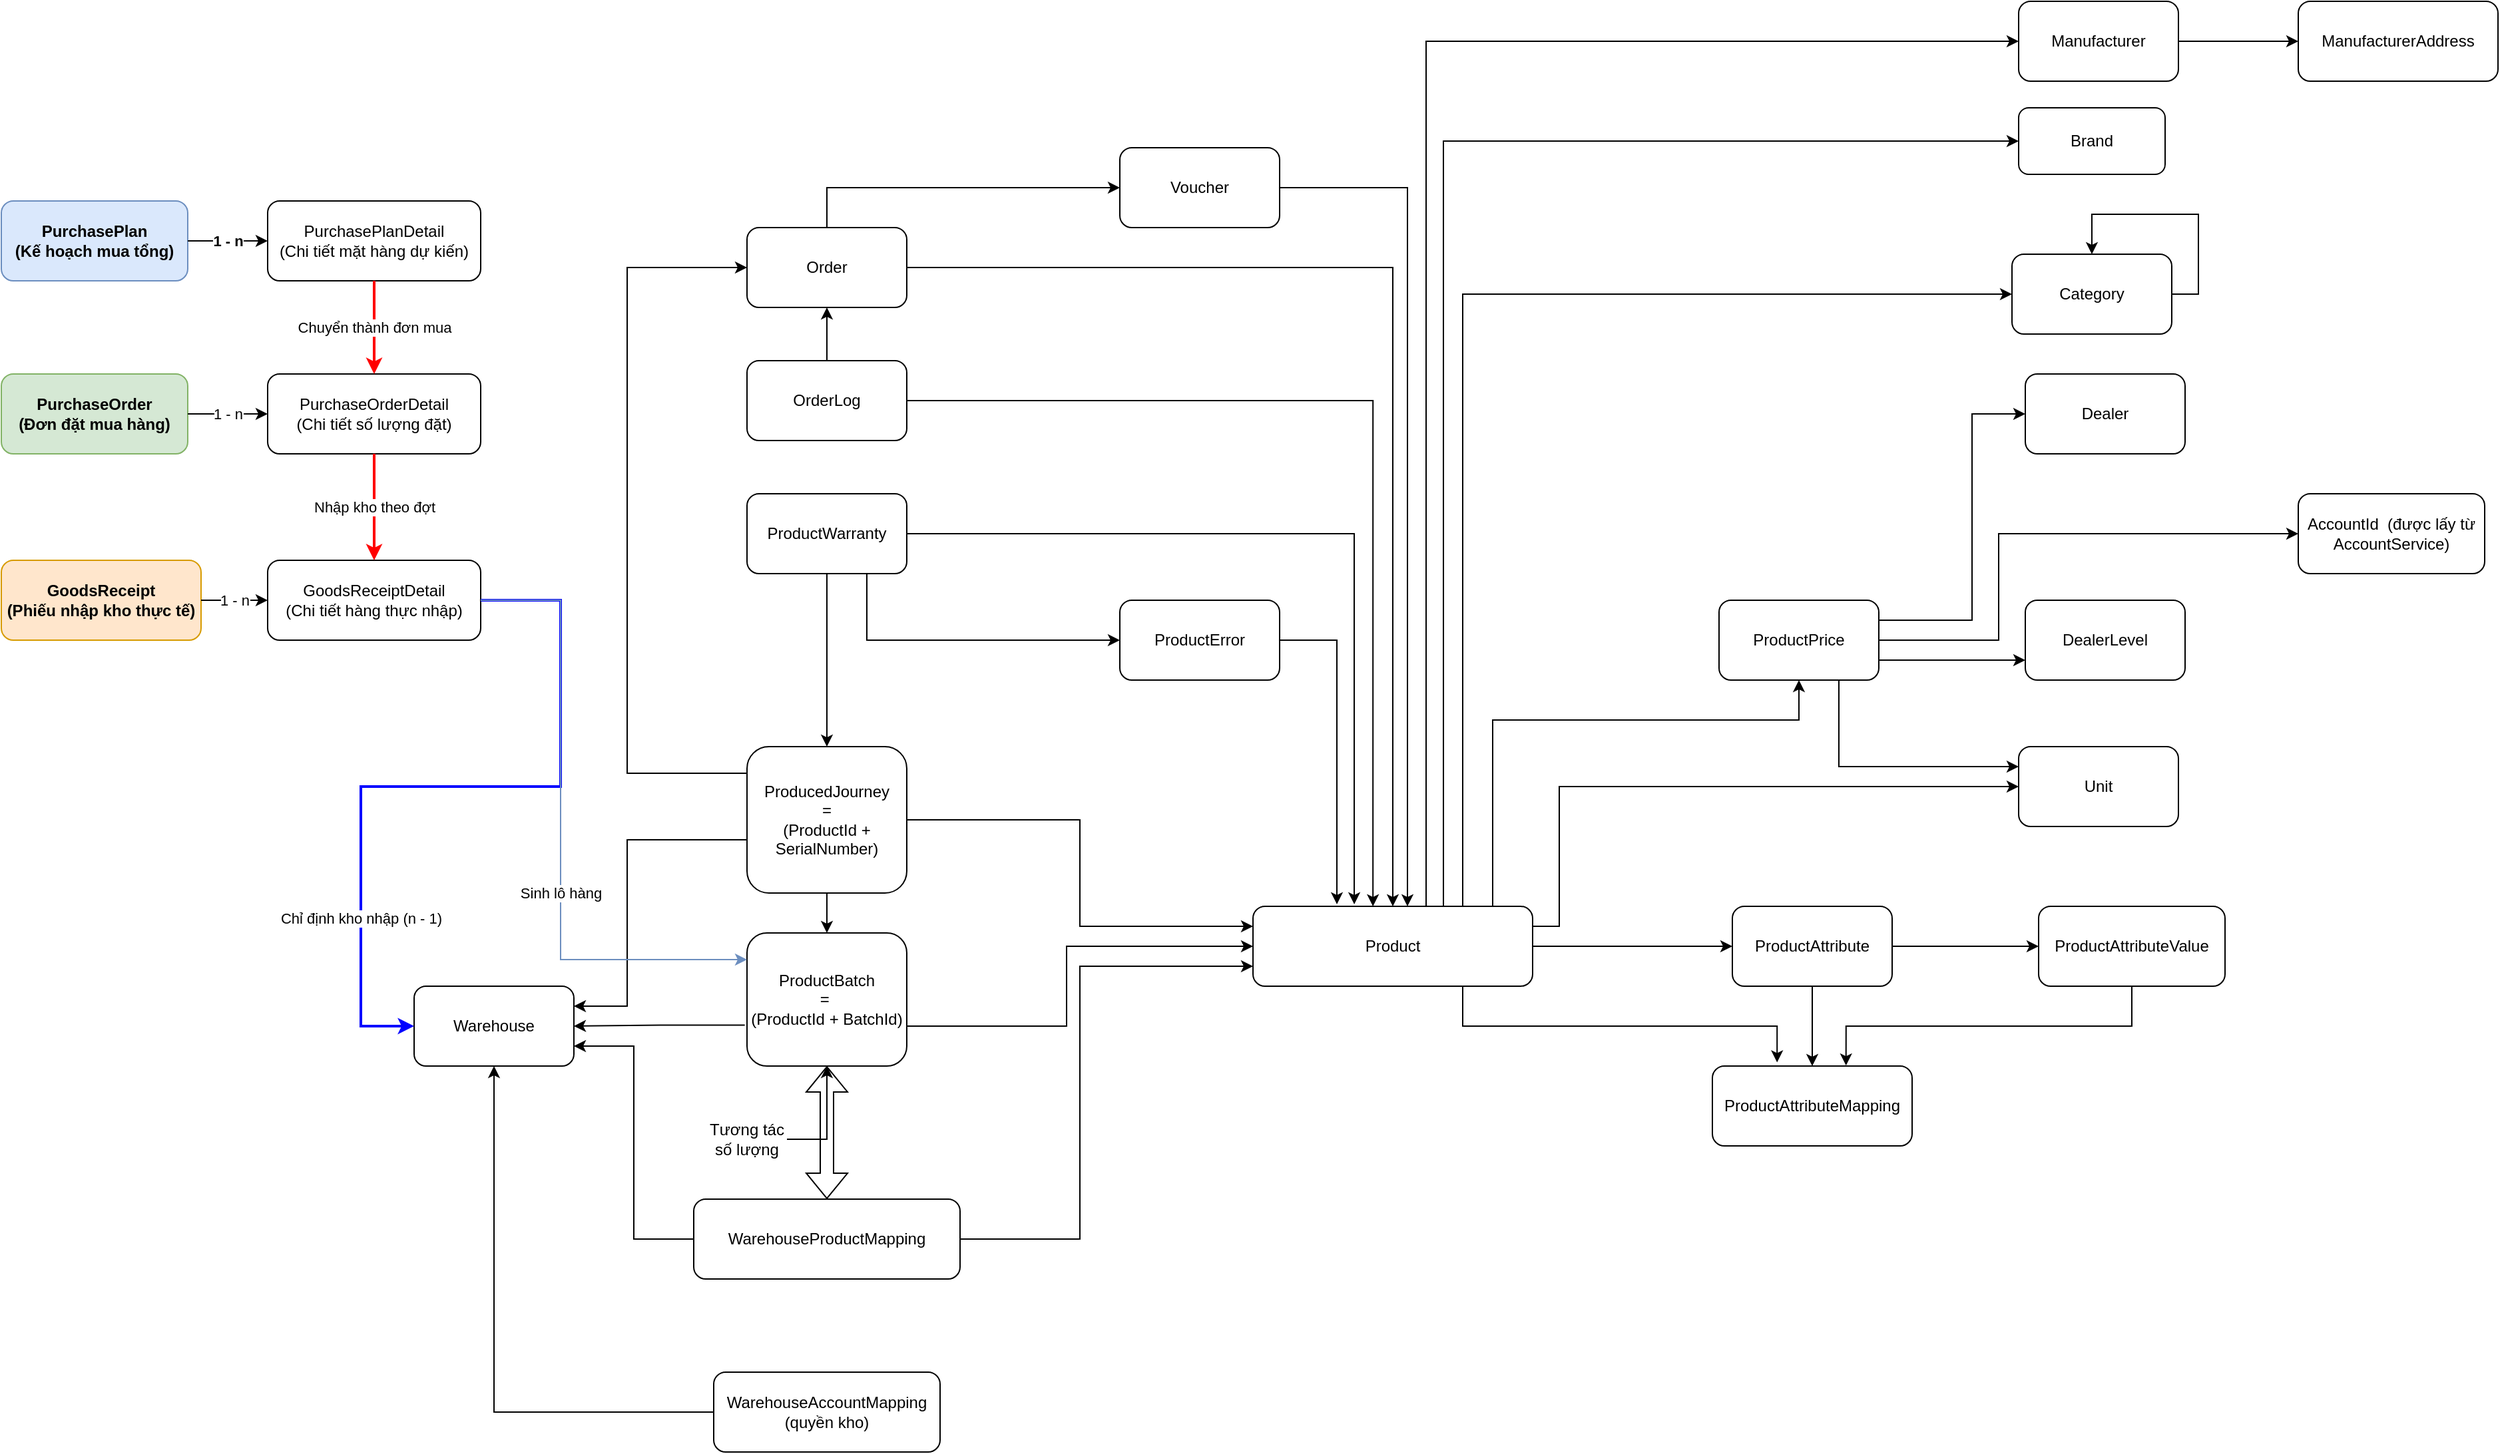
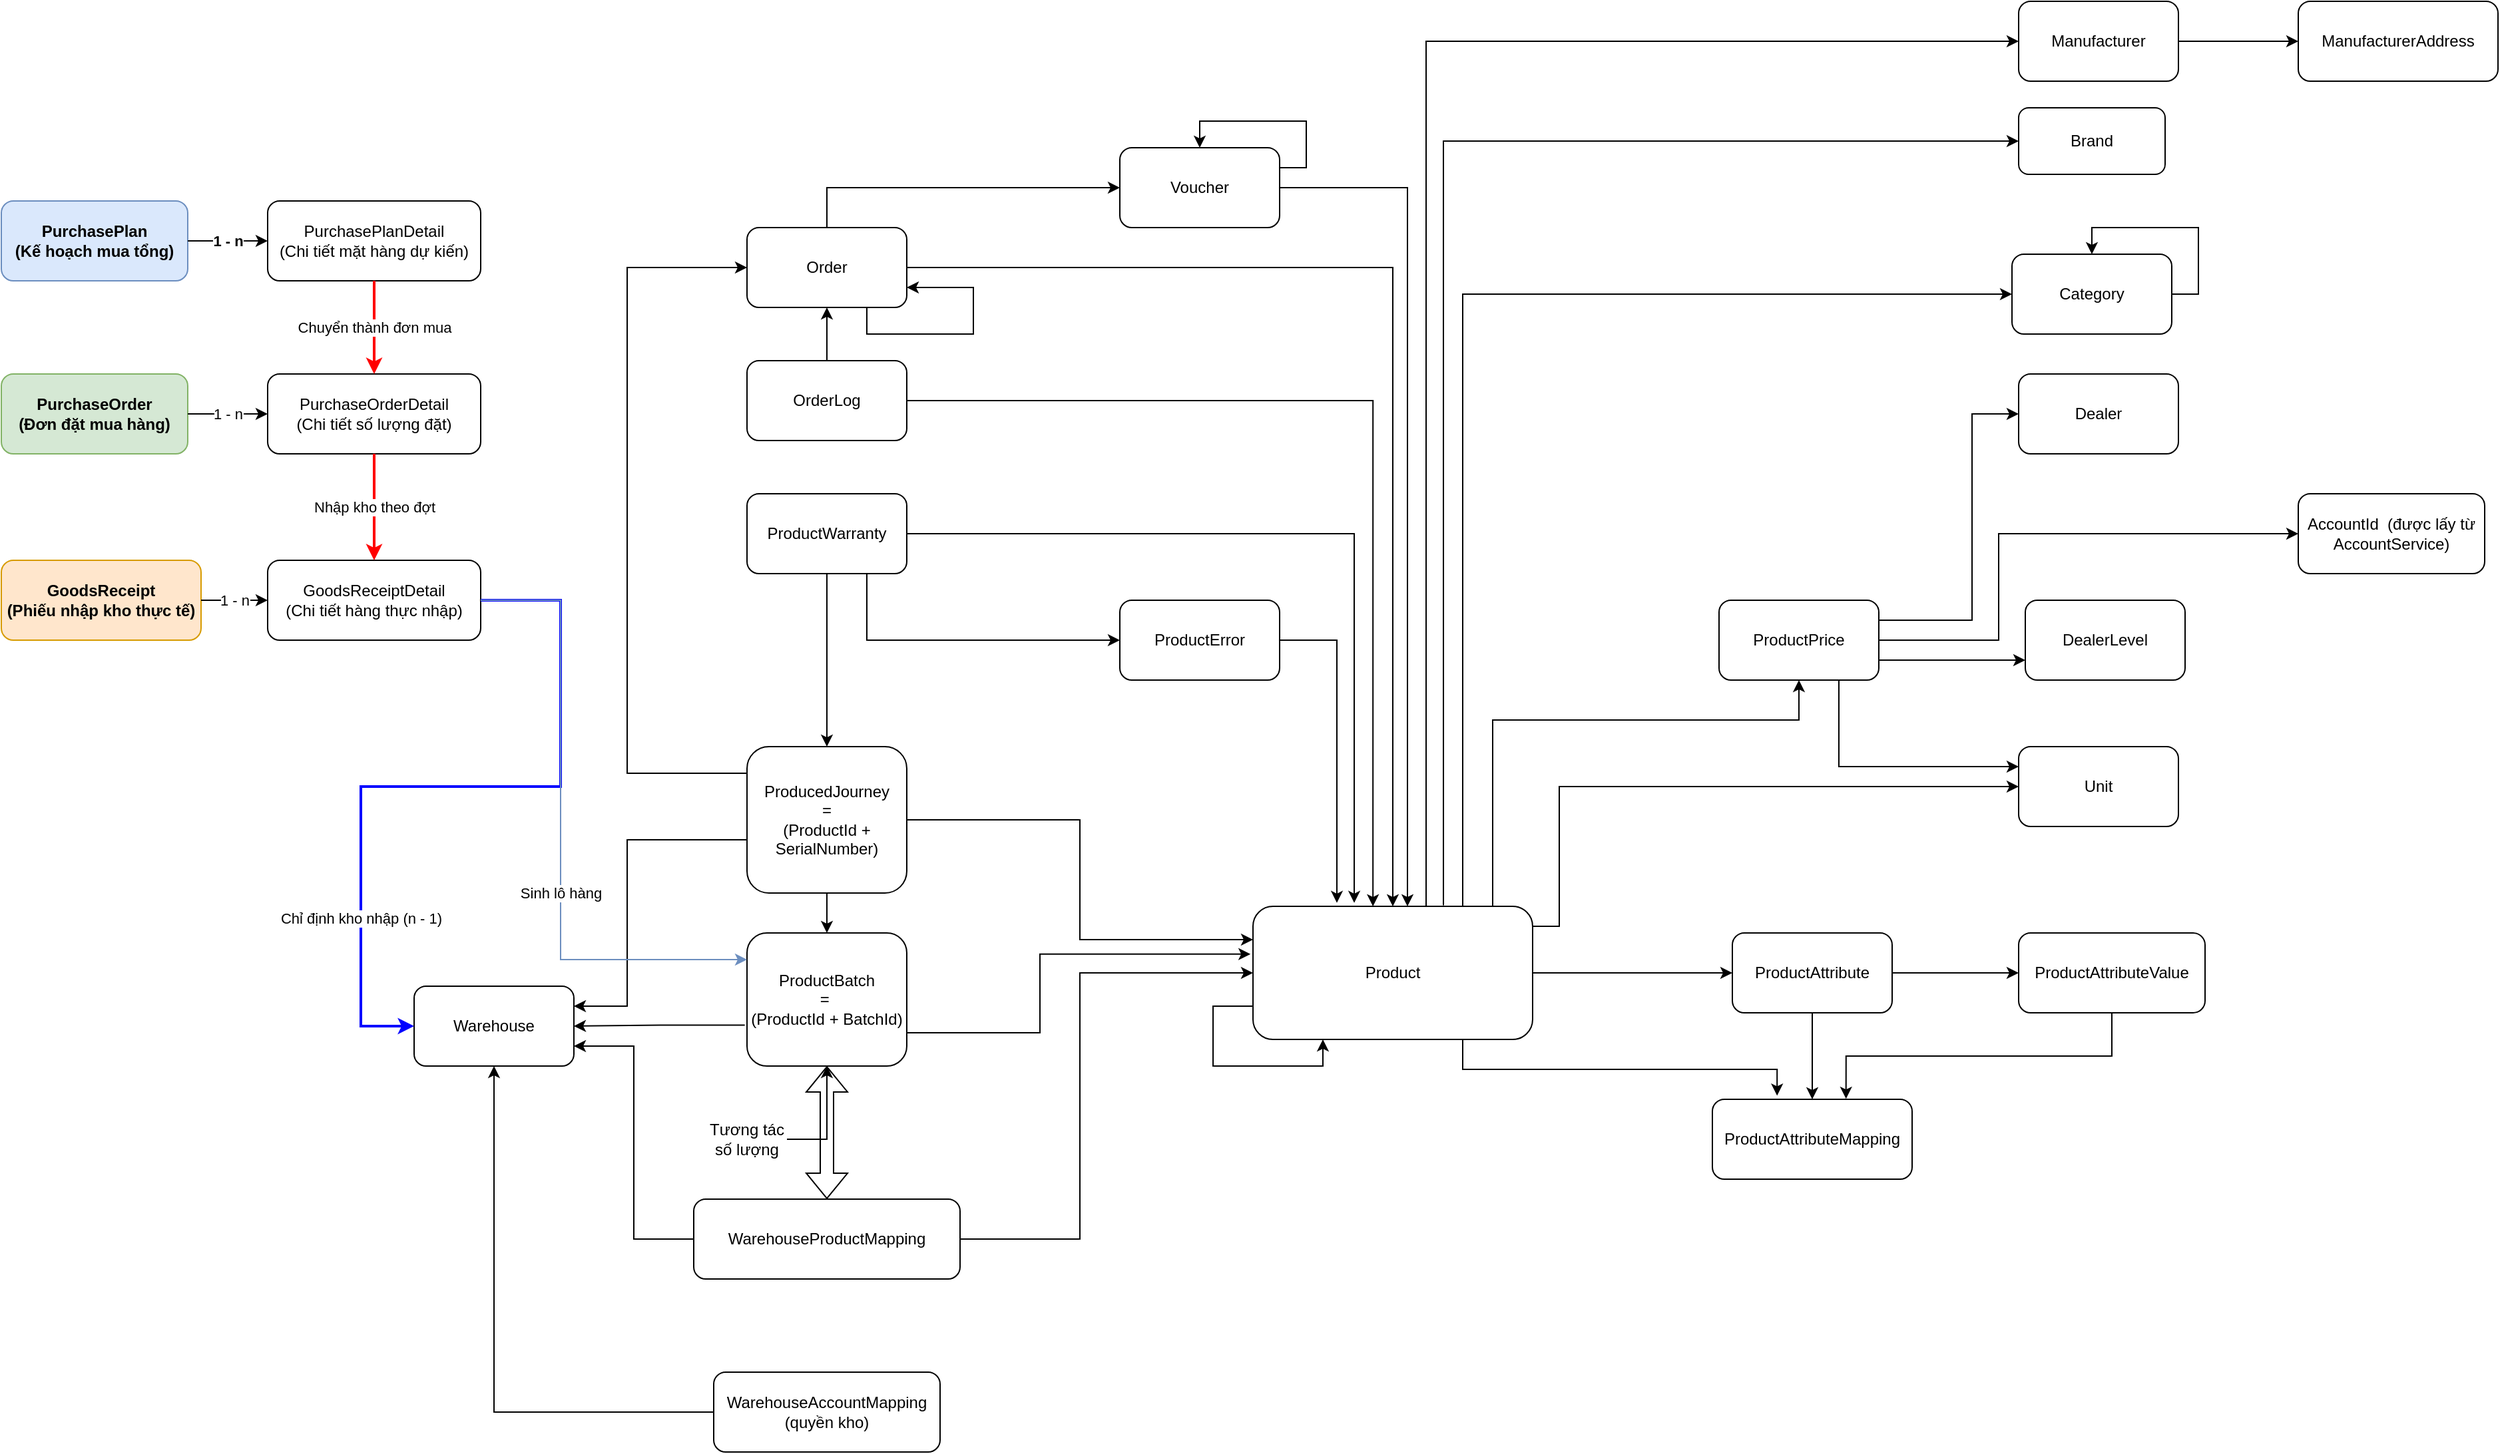
<mxfile host="app.diagrams.net">
  <diagram name="Page-1" id="X3Ej7SneoA_IpZ1JLyMx">
-     <mxGraphModel dx="1303" dy="827" grid="1" gridSize="10" guides="1" tooltips="1" connect="1" arrows="1" fold="1" page="1" pageScale="1" pageWidth="18500" pageHeight="111000" math="0" shadow="0">
+     <mxGraphModel dx="1609" dy="1021" grid="1" gridSize="10" guides="1" tooltips="1" connect="1" arrows="1" fold="1" page="1" pageScale="1" pageWidth="18500" pageHeight="111000" math="0" shadow="0">
      <root>
        <mxCell id="0" />
        <mxCell id="1" parent="0" />
        <mxCell id="bRXCoPtnCOos5vHUt3nM-4" parent="1" style="rounded=1;whiteSpace=wrap;html=1;" value="Brand" vertex="1">
          <mxGeometry height="50" width="110" x="1625" y="160" as="geometry" />
        </mxCell>
        <mxCell id="bRXCoPtnCOos5vHUt3nM-5" parent="1" style="rounded=1;whiteSpace=wrap;html=1;" value="Category" vertex="1">
          <mxGeometry height="60" width="120" x="1620" y="270" as="geometry" />
        </mxCell>
        <mxCell id="bRXCoPtnCOos5vHUt3nM-6" parent="1" style="rounded=1;whiteSpace=wrap;html=1;" value="Dealer" vertex="1">
-           <mxGeometry height="60" width="120" x="1630" y="360" as="geometry" />
+           <mxGeometry height="60" width="120" x="1625" y="360" as="geometry" />
        </mxCell>
        <mxCell id="bRXCoPtnCOos5vHUt3nM-7" parent="1" style="rounded=1;whiteSpace=wrap;html=1;" value="AccountId&amp;nbsp; (được lấy từ AccountService)" vertex="1">
          <mxGeometry height="60" width="140" x="1835" y="450" as="geometry" />
        </mxCell>
        <mxCell id="bRXCoPtnCOos5vHUt3nM-8" parent="1" style="rounded=1;whiteSpace=wrap;html=1;" value="DealerLevel" vertex="1">
          <mxGeometry height="60" width="120" x="1630" y="530" as="geometry" />
        </mxCell>
        <mxCell id="n3FyrpiHLGzsT291LhVI-31" edge="1" parent="1" source="bRXCoPtnCOos5vHUt3nM-11" style="edgeStyle=orthogonalEdgeStyle;rounded=0;orthogonalLoop=1;jettySize=auto;html=1;exitX=1;exitY=0.5;exitDx=0;exitDy=0;entryX=0;entryY=0.5;entryDx=0;entryDy=0;" target="bRXCoPtnCOos5vHUt3nM-12">
          <mxGeometry relative="1" as="geometry" />
        </mxCell>
        <mxCell id="bRXCoPtnCOos5vHUt3nM-11" parent="1" style="rounded=1;whiteSpace=wrap;html=1;" value="Manufacturer" vertex="1">
          <mxGeometry height="60" width="120" x="1625" y="80" as="geometry" />
        </mxCell>
        <mxCell id="bRXCoPtnCOos5vHUt3nM-12" parent="1" style="rounded=1;whiteSpace=wrap;html=1;" value="ManufacturerAddress" vertex="1">
          <mxGeometry height="60" width="150" x="1835" y="80" as="geometry" />
        </mxCell>
        <mxCell id="n3FyrpiHLGzsT291LhVI-44" edge="1" parent="1" source="bRXCoPtnCOos5vHUt3nM-13" style="edgeStyle=orthogonalEdgeStyle;rounded=0;orthogonalLoop=1;jettySize=auto;html=1;exitX=0.5;exitY=0;exitDx=0;exitDy=0;entryX=0;entryY=0.5;entryDx=0;entryDy=0;" target="n3FyrpiHLGzsT291LhVI-9">
          <mxGeometry relative="1" as="geometry">
            <Array as="points">
              <mxPoint x="730" y="220" />
            </Array>
          </mxGeometry>
        </mxCell>
        <mxCell id="n3FyrpiHLGzsT291LhVI-49" edge="1" parent="1" source="bRXCoPtnCOos5vHUt3nM-13" style="edgeStyle=orthogonalEdgeStyle;rounded=0;orthogonalLoop=1;jettySize=auto;html=1;exitX=1;exitY=0.5;exitDx=0;exitDy=0;entryX=0.5;entryY=0;entryDx=0;entryDy=0;" target="bRXCoPtnCOos5vHUt3nM-16">
          <mxGeometry relative="1" as="geometry">
            <Array as="points">
              <mxPoint x="1155" y="280" />
            </Array>
          </mxGeometry>
        </mxCell>
        <mxCell id="bRXCoPtnCOos5vHUt3nM-13" parent="1" style="rounded=1;whiteSpace=wrap;html=1;" value="Order" vertex="1">
          <mxGeometry height="60" width="120" x="670" y="250" as="geometry" />
        </mxCell>
        <mxCell id="n3FyrpiHLGzsT291LhVI-45" edge="1" parent="1" source="bRXCoPtnCOos5vHUt3nM-14" style="edgeStyle=orthogonalEdgeStyle;rounded=0;orthogonalLoop=1;jettySize=auto;html=1;exitX=0;exitY=0.5;exitDx=0;exitDy=0;" target="bRXCoPtnCOos5vHUt3nM-13">
          <mxGeometry relative="1" as="geometry" />
        </mxCell>
        <mxCell id="bRXCoPtnCOos5vHUt3nM-14" parent="1" style="rounded=1;whiteSpace=wrap;html=1;direction=south;" value="OrderLog" vertex="1">
          <mxGeometry height="60" width="120" x="670" y="350" as="geometry" />
        </mxCell>
        <mxCell id="n3FyrpiHLGzsT291LhVI-33" edge="1" parent="1" source="bRXCoPtnCOos5vHUt3nM-15" style="edgeStyle=orthogonalEdgeStyle;rounded=0;orthogonalLoop=1;jettySize=auto;html=1;exitX=1;exitY=0.5;exitDx=0;exitDy=0;entryX=0;entryY=0.25;entryDx=0;entryDy=0;" target="bRXCoPtnCOos5vHUt3nM-16">
          <mxGeometry relative="1" as="geometry" />
        </mxCell>
        <mxCell id="n3FyrpiHLGzsT291LhVI-35" edge="1" parent="1" source="bRXCoPtnCOos5vHUt3nM-15" style="edgeStyle=orthogonalEdgeStyle;rounded=0;orthogonalLoop=1;jettySize=auto;html=1;exitX=0.5;exitY=1;exitDx=0;exitDy=0;" target="bRXCoPtnCOos5vHUt3nM-20">
          <mxGeometry relative="1" as="geometry" />
        </mxCell>
        <mxCell id="n3FyrpiHLGzsT291LhVI-36" edge="1" parent="1" source="bRXCoPtnCOos5vHUt3nM-15" style="edgeStyle=orthogonalEdgeStyle;rounded=0;orthogonalLoop=1;jettySize=auto;html=1;exitX=0.006;exitY=0.659;exitDx=0;exitDy=0;entryX=1;entryY=0.25;entryDx=0;entryDy=0;exitPerimeter=0;" target="n3FyrpiHLGzsT291LhVI-10">
          <mxGeometry relative="1" as="geometry">
            <Array as="points">
              <mxPoint x="671" y="710" />
              <mxPoint x="580" y="710" />
              <mxPoint x="580" y="835" />
            </Array>
          </mxGeometry>
        </mxCell>
        <mxCell id="n3FyrpiHLGzsT291LhVI-51" edge="1" parent="1" source="bRXCoPtnCOos5vHUt3nM-15" style="edgeStyle=orthogonalEdgeStyle;rounded=0;orthogonalLoop=1;jettySize=auto;html=1;exitX=0;exitY=0.25;exitDx=0;exitDy=0;entryX=0;entryY=0.5;entryDx=0;entryDy=0;" target="bRXCoPtnCOos5vHUt3nM-13">
          <mxGeometry relative="1" as="geometry">
            <Array as="points">
              <mxPoint x="670" y="660" />
              <mxPoint x="580" y="660" />
              <mxPoint x="580" y="280" />
            </Array>
          </mxGeometry>
        </mxCell>
        <mxCell id="bRXCoPtnCOos5vHUt3nM-15" parent="1" style="rounded=1;whiteSpace=wrap;html=1;" value="ProducedJourney&lt;div&gt;&amp;nbsp;=&amp;nbsp;&lt;/div&gt;&lt;div&gt;(ProductId + SerialNumber)&lt;/div&gt;" vertex="1">
          <mxGeometry height="110" width="120" x="670" y="640" as="geometry" />
        </mxCell>
        <mxCell id="n3FyrpiHLGzsT291LhVI-14" edge="1" parent="1" source="bRXCoPtnCOos5vHUt3nM-16" style="edgeStyle=orthogonalEdgeStyle;rounded=0;orthogonalLoop=1;jettySize=auto;html=1;exitX=1;exitY=0.5;exitDx=0;exitDy=0;entryX=0;entryY=0.5;entryDx=0;entryDy=0;" target="bRXCoPtnCOos5vHUt3nM-17">
          <mxGeometry relative="1" as="geometry" />
        </mxCell>
        <mxCell id="n3FyrpiHLGzsT291LhVI-16" edge="1" parent="1" source="bRXCoPtnCOos5vHUt3nM-16" style="edgeStyle=orthogonalEdgeStyle;rounded=0;orthogonalLoop=1;jettySize=auto;html=1;exitX=0.75;exitY=1;exitDx=0;exitDy=0;entryX=0.324;entryY=-0.046;entryDx=0;entryDy=0;entryPerimeter=0;" target="bRXCoPtnCOos5vHUt3nM-18">
          <mxGeometry relative="1" as="geometry" />
        </mxCell>
        <mxCell id="n3FyrpiHLGzsT291LhVI-19" edge="1" parent="1" source="bRXCoPtnCOos5vHUt3nM-16" style="edgeStyle=orthogonalEdgeStyle;rounded=0;orthogonalLoop=1;jettySize=auto;html=1;exitX=0.75;exitY=0;exitDx=0;exitDy=0;entryX=0.5;entryY=1;entryDx=0;entryDy=0;" target="n3FyrpiHLGzsT291LhVI-1">
          <mxGeometry relative="1" as="geometry">
            <Array as="points">
              <mxPoint x="1230" y="620" />
              <mxPoint x="1460" y="620" />
            </Array>
          </mxGeometry>
        </mxCell>
        <mxCell id="n3FyrpiHLGzsT291LhVI-25" edge="1" parent="1" source="bRXCoPtnCOos5vHUt3nM-16" style="edgeStyle=orthogonalEdgeStyle;rounded=0;orthogonalLoop=1;jettySize=auto;html=1;exitX=0.75;exitY=0;exitDx=0;exitDy=0;entryX=0;entryY=0.5;entryDx=0;entryDy=0;" target="bRXCoPtnCOos5vHUt3nM-5">
          <mxGeometry relative="1" as="geometry" />
        </mxCell>
        <mxCell id="n3FyrpiHLGzsT291LhVI-27" edge="1" parent="1" source="bRXCoPtnCOos5vHUt3nM-16" style="edgeStyle=orthogonalEdgeStyle;rounded=0;orthogonalLoop=1;jettySize=auto;html=1;exitX=0.681;exitY=-0.007;exitDx=0;exitDy=0;entryX=0;entryY=0.5;entryDx=0;entryDy=0;exitPerimeter=0;" target="bRXCoPtnCOos5vHUt3nM-4">
          <mxGeometry relative="1" as="geometry" />
        </mxCell>
        <mxCell id="n3FyrpiHLGzsT291LhVI-28" edge="1" parent="1" source="bRXCoPtnCOos5vHUt3nM-16" style="edgeStyle=orthogonalEdgeStyle;rounded=0;orthogonalLoop=1;jettySize=auto;html=1;exitX=1;exitY=0.25;exitDx=0;exitDy=0;entryX=0;entryY=0.5;entryDx=0;entryDy=0;" target="n3FyrpiHLGzsT291LhVI-8">
          <mxGeometry relative="1" as="geometry">
            <Array as="points">
              <mxPoint x="1280" y="775" />
              <mxPoint x="1280" y="670" />
            </Array>
          </mxGeometry>
        </mxCell>
        <mxCell id="n3FyrpiHLGzsT291LhVI-47" edge="1" parent="1" source="bRXCoPtnCOos5vHUt3nM-16" style="edgeStyle=orthogonalEdgeStyle;rounded=0;orthogonalLoop=1;jettySize=auto;html=1;exitX=0.636;exitY=0.013;exitDx=0;exitDy=0;entryX=0;entryY=0.5;entryDx=0;entryDy=0;exitPerimeter=0;" target="bRXCoPtnCOos5vHUt3nM-11">
          <mxGeometry relative="1" as="geometry">
            <Array as="points">
              <mxPoint x="1180" y="761" />
              <mxPoint x="1180" y="110" />
            </Array>
          </mxGeometry>
        </mxCell>
        <mxCell id="bRXCoPtnCOos5vHUt3nM-16" parent="1" style="rounded=1;whiteSpace=wrap;html=1;" value="Product" vertex="1">
-           <mxGeometry height="60" width="210" x="1050" y="760" as="geometry" />
+           <mxGeometry height="100" width="210" x="1050" y="760" as="geometry" />
        </mxCell>
        <mxCell id="n3FyrpiHLGzsT291LhVI-15" edge="1" parent="1" source="bRXCoPtnCOos5vHUt3nM-17" style="edgeStyle=orthogonalEdgeStyle;rounded=0;orthogonalLoop=1;jettySize=auto;html=1;exitX=1;exitY=0.5;exitDx=0;exitDy=0;entryX=0;entryY=0.5;entryDx=0;entryDy=0;" target="bRXCoPtnCOos5vHUt3nM-19">
          <mxGeometry relative="1" as="geometry" />
        </mxCell>
        <mxCell id="n3FyrpiHLGzsT291LhVI-17" edge="1" parent="1" source="bRXCoPtnCOos5vHUt3nM-17" style="edgeStyle=orthogonalEdgeStyle;rounded=0;orthogonalLoop=1;jettySize=auto;html=1;exitX=0.5;exitY=1;exitDx=0;exitDy=0;entryX=0.5;entryY=0;entryDx=0;entryDy=0;" target="bRXCoPtnCOos5vHUt3nM-18">
          <mxGeometry relative="1" as="geometry" />
        </mxCell>
        <mxCell id="bRXCoPtnCOos5vHUt3nM-17" parent="1" style="rounded=1;whiteSpace=wrap;html=1;" value="ProductAttribute" vertex="1">
-           <mxGeometry height="60" width="120" x="1410" y="760" as="geometry" />
+           <mxGeometry height="60" width="120" x="1410" y="780" as="geometry" />
        </mxCell>
        <mxCell id="bRXCoPtnCOos5vHUt3nM-18" parent="1" style="rounded=1;whiteSpace=wrap;html=1;" value="ProductAttributeMapping" vertex="1">
-           <mxGeometry height="60" width="150" x="1395" y="880" as="geometry" />
+           <mxGeometry height="60" width="150" x="1395" y="905" as="geometry" />
        </mxCell>
        <mxCell id="bRXCoPtnCOos5vHUt3nM-19" parent="1" style="rounded=1;whiteSpace=wrap;html=1;" value="ProductAttributeValue" vertex="1">
-           <mxGeometry height="60" width="140" x="1640" y="760" as="geometry" />
-         </mxCell>
-         <mxCell id="n3FyrpiHLGzsT291LhVI-34" edge="1" parent="1" source="bRXCoPtnCOos5vHUt3nM-20" style="edgeStyle=orthogonalEdgeStyle;rounded=0;orthogonalLoop=1;jettySize=auto;html=1;exitX=1;exitY=0.5;exitDx=0;exitDy=0;entryX=0;entryY=0.5;entryDx=0;entryDy=0;" target="bRXCoPtnCOos5vHUt3nM-16">
-           <mxGeometry relative="1" as="geometry">
-             <Array as="points">
-               <mxPoint x="910" y="850" />
-               <mxPoint x="910" y="790" />
-             </Array>
-           </mxGeometry>
+           <mxGeometry height="60" width="140" x="1625" y="780" as="geometry" />
        </mxCell>
        <mxCell id="n3FyrpiHLGzsT291LhVI-37" edge="1" parent="1" source="bRXCoPtnCOos5vHUt3nM-20" style="edgeStyle=orthogonalEdgeStyle;rounded=0;orthogonalLoop=1;jettySize=auto;html=1;exitX=-0.014;exitY=0.692;exitDx=0;exitDy=0;entryX=1;entryY=0.5;entryDx=0;entryDy=0;exitPerimeter=0;" target="n3FyrpiHLGzsT291LhVI-10">
          <mxGeometry relative="1" as="geometry" />
        </mxCell>
        <mxCell id="bRXCoPtnCOos5vHUt3nM-20" parent="1" style="rounded=1;whiteSpace=wrap;html=1;" value="ProductBatch&lt;div&gt;=&amp;nbsp;&lt;/div&gt;&lt;div&gt;(ProductId + BatchId)&lt;/div&gt;" vertex="1">
          <mxGeometry height="100" width="120" x="670" y="780" as="geometry" />
        </mxCell>
        <mxCell id="bRXCoPtnCOos5vHUt3nM-21" parent="1" style="rounded=1;whiteSpace=wrap;html=1;" value="ProductError" vertex="1">
          <mxGeometry height="60" width="120" x="950" y="530" as="geometry" />
        </mxCell>
        <mxCell id="n3FyrpiHLGzsT291LhVI-21" edge="1" parent="1" source="n3FyrpiHLGzsT291LhVI-1" style="edgeStyle=orthogonalEdgeStyle;rounded=0;orthogonalLoop=1;jettySize=auto;html=1;exitX=1;exitY=0.75;exitDx=0;exitDy=0;entryX=0;entryY=0.75;entryDx=0;entryDy=0;" target="bRXCoPtnCOos5vHUt3nM-8">
          <mxGeometry relative="1" as="geometry" />
        </mxCell>
        <mxCell id="n3FyrpiHLGzsT291LhVI-22" edge="1" parent="1" source="n3FyrpiHLGzsT291LhVI-1" style="edgeStyle=orthogonalEdgeStyle;rounded=0;orthogonalLoop=1;jettySize=auto;html=1;exitX=1;exitY=0.5;exitDx=0;exitDy=0;entryX=0;entryY=0.5;entryDx=0;entryDy=0;" target="bRXCoPtnCOos5vHUt3nM-7">
          <mxGeometry relative="1" as="geometry">
            <Array as="points">
              <mxPoint x="1610" y="560" />
              <mxPoint x="1610" y="480" />
            </Array>
          </mxGeometry>
        </mxCell>
        <mxCell id="n3FyrpiHLGzsT291LhVI-23" edge="1" parent="1" source="n3FyrpiHLGzsT291LhVI-1" style="edgeStyle=orthogonalEdgeStyle;rounded=0;orthogonalLoop=1;jettySize=auto;html=1;exitX=1;exitY=0.25;exitDx=0;exitDy=0;entryX=0;entryY=0.5;entryDx=0;entryDy=0;" target="bRXCoPtnCOos5vHUt3nM-6">
          <mxGeometry relative="1" as="geometry">
            <Array as="points">
              <mxPoint x="1590" y="545" />
              <mxPoint x="1590" y="390" />
            </Array>
          </mxGeometry>
        </mxCell>
        <mxCell id="n3FyrpiHLGzsT291LhVI-56" edge="1" parent="1" source="n3FyrpiHLGzsT291LhVI-1" style="edgeStyle=orthogonalEdgeStyle;rounded=0;orthogonalLoop=1;jettySize=auto;html=1;exitX=0.75;exitY=1;exitDx=0;exitDy=0;entryX=0;entryY=0.25;entryDx=0;entryDy=0;" target="n3FyrpiHLGzsT291LhVI-8">
          <mxGeometry relative="1" as="geometry" />
        </mxCell>
        <mxCell id="n3FyrpiHLGzsT291LhVI-1" parent="1" style="rounded=1;whiteSpace=wrap;html=1;" value="ProductPrice" vertex="1">
          <mxGeometry height="60" width="120" x="1400" y="530" as="geometry" />
        </mxCell>
        <mxCell id="n3FyrpiHLGzsT291LhVI-52" edge="1" parent="1" source="n3FyrpiHLGzsT291LhVI-2" style="edgeStyle=orthogonalEdgeStyle;rounded=0;orthogonalLoop=1;jettySize=auto;html=1;exitX=0.5;exitY=1;exitDx=0;exitDy=0;entryX=0.5;entryY=0;entryDx=0;entryDy=0;" target="bRXCoPtnCOos5vHUt3nM-15">
          <mxGeometry relative="1" as="geometry" />
        </mxCell>
        <mxCell id="n3FyrpiHLGzsT291LhVI-58" edge="1" parent="1" source="n3FyrpiHLGzsT291LhVI-2" style="edgeStyle=orthogonalEdgeStyle;rounded=0;orthogonalLoop=1;jettySize=auto;html=1;exitX=0.75;exitY=1;exitDx=0;exitDy=0;entryX=0;entryY=0.5;entryDx=0;entryDy=0;" target="bRXCoPtnCOos5vHUt3nM-21">
          <mxGeometry relative="1" as="geometry" />
        </mxCell>
        <mxCell id="n3FyrpiHLGzsT291LhVI-2" parent="1" style="rounded=1;whiteSpace=wrap;html=1;" value="ProductWarranty" vertex="1">
          <mxGeometry height="60" width="120" x="670" y="450" as="geometry" />
        </mxCell>
        <mxCell id="n3FyrpiHLGzsT291LhVI-8" parent="1" style="rounded=1;whiteSpace=wrap;html=1;" value="Unit" vertex="1">
          <mxGeometry height="60" width="120" x="1625" y="640" as="geometry" />
        </mxCell>
        <mxCell id="n3FyrpiHLGzsT291LhVI-43" edge="1" parent="1" source="n3FyrpiHLGzsT291LhVI-9" style="edgeStyle=orthogonalEdgeStyle;rounded=0;orthogonalLoop=1;jettySize=auto;html=1;exitX=1;exitY=0.5;exitDx=0;exitDy=0;">
          <mxGeometry relative="1" as="geometry">
            <Array as="points">
              <mxPoint x="1166" y="220" />
            </Array>
            <mxPoint x="1166" y="760" as="targetPoint" />
          </mxGeometry>
        </mxCell>
+         <mxCell id="AxulSBX_V0fGFe2LzLWX-1" edge="1" parent="1" source="n3FyrpiHLGzsT291LhVI-9" style="edgeStyle=orthogonalEdgeStyle;rounded=0;orthogonalLoop=1;jettySize=auto;html=1;exitX=1;exitY=0.25;exitDx=0;exitDy=0;innerLoopWaypoints=1;entryX=0.5;entryY=0;entryDx=0;entryDy=0;" target="n3FyrpiHLGzsT291LhVI-9">
+           <mxGeometry relative="1" as="geometry">
+             <Array as="points">
+               <mxPoint x="1090" y="205" />
+               <mxPoint x="1090" y="170" />
+               <mxPoint x="1010" y="170" />
+             </Array>
+             <mxPoint x="1030" y="180" as="targetPoint" />
+           </mxGeometry>
+         </mxCell>
        <mxCell id="n3FyrpiHLGzsT291LhVI-9" parent="1" style="rounded=1;whiteSpace=wrap;html=1;" value="Voucher" vertex="1">
          <mxGeometry height="60" width="120" x="950" y="190" as="geometry" />
        </mxCell>
        <mxCell id="n3FyrpiHLGzsT291LhVI-10" parent="1" style="rounded=1;whiteSpace=wrap;html=1;" value="Warehouse" vertex="1">
          <mxGeometry height="60" width="120" x="420" y="820" as="geometry" />
        </mxCell>
        <mxCell id="n3FyrpiHLGzsT291LhVI-53" edge="1" parent="1" source="n3FyrpiHLGzsT291LhVI-11" style="edgeStyle=orthogonalEdgeStyle;rounded=0;orthogonalLoop=1;jettySize=auto;html=1;exitX=0;exitY=0.5;exitDx=0;exitDy=0;entryX=0.5;entryY=1;entryDx=0;entryDy=0;" target="n3FyrpiHLGzsT291LhVI-10">
          <mxGeometry relative="1" as="geometry" />
        </mxCell>
        <mxCell id="n3FyrpiHLGzsT291LhVI-11" parent="1" style="rounded=1;whiteSpace=wrap;html=1;" value="WarehouseAccountMapping&lt;div&gt;(quyền kho)&lt;/div&gt;" vertex="1">
          <mxGeometry height="60" width="170" x="645" y="1110" as="geometry" />
        </mxCell>
        <mxCell id="n3FyrpiHLGzsT291LhVI-41" edge="1" parent="1" source="n3FyrpiHLGzsT291LhVI-12" style="edgeStyle=orthogonalEdgeStyle;rounded=0;orthogonalLoop=1;jettySize=auto;html=1;exitX=0;exitY=0.5;exitDx=0;exitDy=0;entryX=1;entryY=0.75;entryDx=0;entryDy=0;" target="n3FyrpiHLGzsT291LhVI-10">
          <mxGeometry relative="1" as="geometry" />
        </mxCell>
-         <mxCell id="n3FyrpiHLGzsT291LhVI-42" edge="1" parent="1" source="n3FyrpiHLGzsT291LhVI-12" style="edgeStyle=orthogonalEdgeStyle;rounded=0;orthogonalLoop=1;jettySize=auto;html=1;exitX=1;exitY=0.5;exitDx=0;exitDy=0;entryX=0;entryY=0.75;entryDx=0;entryDy=0;" target="bRXCoPtnCOos5vHUt3nM-16">
+         <mxCell id="AxulSBX_V0fGFe2LzLWX-5" edge="1" parent="1" source="n3FyrpiHLGzsT291LhVI-12" style="edgeStyle=orthogonalEdgeStyle;rounded=0;orthogonalLoop=1;jettySize=auto;html=1;exitX=1;exitY=0.5;exitDx=0;exitDy=0;entryX=0;entryY=0.5;entryDx=0;entryDy=0;" target="bRXCoPtnCOos5vHUt3nM-16">
          <mxGeometry relative="1" as="geometry">
            <Array as="points">
              <mxPoint x="920" y="1010" />
-               <mxPoint x="920" y="805" />
+               <mxPoint x="920" y="810" />
            </Array>
          </mxGeometry>
        </mxCell>
        <mxCell id="n3FyrpiHLGzsT291LhVI-12" parent="1" style="rounded=1;whiteSpace=wrap;html=1;" value="WarehouseProductMapping" vertex="1">
          <mxGeometry height="60" width="200" x="630" y="980" as="geometry" />
        </mxCell>
        <mxCell id="n3FyrpiHLGzsT291LhVI-18" edge="1" parent="1" source="bRXCoPtnCOos5vHUt3nM-19" style="edgeStyle=orthogonalEdgeStyle;rounded=0;orthogonalLoop=1;jettySize=auto;html=1;exitX=0.5;exitY=1;exitDx=0;exitDy=0;entryX=0.669;entryY=-0.007;entryDx=0;entryDy=0;entryPerimeter=0;" target="bRXCoPtnCOos5vHUt3nM-18">
          <mxGeometry relative="1" as="geometry" />
        </mxCell>
-         <mxCell id="n3FyrpiHLGzsT291LhVI-24" edge="1" parent="1" source="bRXCoPtnCOos5vHUt3nM-5" style="edgeStyle=orthogonalEdgeStyle;rounded=0;orthogonalLoop=1;jettySize=auto;html=1;exitX=1;exitY=0.5;exitDx=0;exitDy=0;entryX=0.5;entryY=0;entryDx=0;entryDy=0;" target="bRXCoPtnCOos5vHUt3nM-5">
+         <mxCell id="n3FyrpiHLGzsT291LhVI-24" edge="1" parent="1" source="bRXCoPtnCOos5vHUt3nM-5" style="edgeStyle=orthogonalEdgeStyle;rounded=0;orthogonalLoop=1;jettySize=auto;html=1;exitX=1;exitY=0.5;exitDx=0;exitDy=0;entryX=0.5;entryY=0;entryDx=0;entryDy=0;innerLoopWaypoints=1;" target="bRXCoPtnCOos5vHUt3nM-5">
          <mxGeometry relative="1" as="geometry">
            <Array as="points">
              <mxPoint x="1760" y="300" />
-               <mxPoint x="1760" y="240" />
-               <mxPoint x="1680" y="240" />
+               <mxPoint x="1760" y="250" />
+               <mxPoint x="1680" y="250" />
            </Array>
          </mxGeometry>
        </mxCell>
        <mxCell id="n3FyrpiHLGzsT291LhVI-38" edge="1" parent="1" source="n3FyrpiHLGzsT291LhVI-12" style="shape=flexArrow;endArrow=classic;startArrow=classic;html=1;rounded=0;entryX=0.5;entryY=1;entryDx=0;entryDy=0;exitX=0.5;exitY=0;exitDx=0;exitDy=0;" target="bRXCoPtnCOos5vHUt3nM-20" value="">
          <mxGeometry height="100" relative="1" width="100" as="geometry">
            <mxPoint x="650" y="980" as="sourcePoint" />
            <mxPoint x="750" y="880" as="targetPoint" />
          </mxGeometry>
        </mxCell>
        <mxCell id="n3FyrpiHLGzsT291LhVI-40" edge="1" parent="1" source="n3FyrpiHLGzsT291LhVI-39" style="edgeStyle=orthogonalEdgeStyle;rounded=0;orthogonalLoop=1;jettySize=auto;html=1;exitX=1;exitY=0.5;exitDx=0;exitDy=0;entryX=0.5;entryY=1;entryDx=0;entryDy=0;" target="bRXCoPtnCOos5vHUt3nM-20">
          <mxGeometry relative="1" as="geometry" />
        </mxCell>
        <mxCell id="n3FyrpiHLGzsT291LhVI-39" parent="1" style="text;html=1;whiteSpace=wrap;strokeColor=none;fillColor=none;align=center;verticalAlign=middle;rounded=0;" value="Tương tác số lượng" vertex="1">
          <mxGeometry height="30" width="60" x="640" y="920" as="geometry" />
        </mxCell>
        <mxCell id="n3FyrpiHLGzsT291LhVI-46" edge="1" parent="1" source="n3FyrpiHLGzsT291LhVI-2" style="edgeStyle=orthogonalEdgeStyle;rounded=0;orthogonalLoop=1;jettySize=auto;html=1;exitX=1;exitY=0.5;exitDx=0;exitDy=0;entryX=0.362;entryY=-0.026;entryDx=0;entryDy=0;entryPerimeter=0;" target="bRXCoPtnCOos5vHUt3nM-16">
          <mxGeometry relative="1" as="geometry" />
        </mxCell>
        <mxCell id="n3FyrpiHLGzsT291LhVI-50" edge="1" parent="1" source="bRXCoPtnCOos5vHUt3nM-14" style="edgeStyle=orthogonalEdgeStyle;rounded=0;orthogonalLoop=1;jettySize=auto;html=1;exitX=0.5;exitY=0;exitDx=0;exitDy=0;entryX=0.429;entryY=0;entryDx=0;entryDy=0;entryPerimeter=0;" target="bRXCoPtnCOos5vHUt3nM-16">
          <mxGeometry relative="1" as="geometry" />
        </mxCell>
        <mxCell id="n3FyrpiHLGzsT291LhVI-57" edge="1" parent="1" source="bRXCoPtnCOos5vHUt3nM-21" style="edgeStyle=orthogonalEdgeStyle;rounded=0;orthogonalLoop=1;jettySize=auto;html=1;exitX=1;exitY=0.5;exitDx=0;exitDy=0;entryX=0.3;entryY=-0.026;entryDx=0;entryDy=0;entryPerimeter=0;" target="bRXCoPtnCOos5vHUt3nM-16">
          <mxGeometry relative="1" as="geometry" />
        </mxCell>
        <mxCell id="PWnPaHJ6BF9YL0BDL13Q-1" parent="1" style="rounded=1;whiteSpace=wrap;html=1;fillColor=#dae8fc;strokeColor=#6c8ebf;fontStyle=1;" value="PurchasePlan&#xa;(Kế hoạch mua tổng)" vertex="1">
          <mxGeometry height="60" width="140" x="110" y="230" as="geometry" />
        </mxCell>
        <mxCell id="PWnPaHJ6BF9YL0BDL13Q-2" parent="1" style="rounded=1;whiteSpace=wrap;html=1;" value="PurchasePlanDetail&#xa;(Chi tiết mặt hàng dự kiến)" vertex="1">
          <mxGeometry height="60" width="160" x="310" y="230" as="geometry" />
        </mxCell>
        <mxCell id="PWnPaHJ6BF9YL0BDL13Q-3" edge="1" parent="1" source="PWnPaHJ6BF9YL0BDL13Q-1" style="edgeStyle=orthogonalEdgeStyle;rounded=0;html=1;fontStyle=1;" target="PWnPaHJ6BF9YL0BDL13Q-2" value="1 - n">
          <mxGeometry relative="1" as="geometry" />
        </mxCell>
        <mxCell id="PWnPaHJ6BF9YL0BDL13Q-4" parent="1" style="rounded=1;whiteSpace=wrap;html=1;fillColor=#d5e8d4;strokeColor=#82b366;fontStyle=1;" value="PurchaseOrder&#xa;(Đơn đặt mua hàng)" vertex="1">
          <mxGeometry height="60" width="140" x="110" y="360" as="geometry" />
        </mxCell>
        <mxCell id="PWnPaHJ6BF9YL0BDL13Q-5" parent="1" style="rounded=1;whiteSpace=wrap;html=1;" value="PurchaseOrderDetail&#xa;(Chi tiết số lượng đặt)" vertex="1">
          <mxGeometry height="60" width="160" x="310" y="360" as="geometry" />
        </mxCell>
        <mxCell id="PWnPaHJ6BF9YL0BDL13Q-6" edge="1" parent="1" source="PWnPaHJ6BF9YL0BDL13Q-4" style="edgeStyle=orthogonalEdgeStyle;rounded=0;html=1;" target="PWnPaHJ6BF9YL0BDL13Q-5" value="1 - n">
          <mxGeometry relative="1" as="geometry" />
        </mxCell>
        <mxCell id="PWnPaHJ6BF9YL0BDL13Q-7" edge="1" parent="1" source="PWnPaHJ6BF9YL0BDL13Q-2" style="edgeStyle=orthogonalEdgeStyle;rounded=0;html=1;strokeWidth=2;strokeColor=#ff0000;" target="PWnPaHJ6BF9YL0BDL13Q-5" value="Chuyển thành đơn mua">
          <mxGeometry relative="1" as="geometry">
            <mxPoint x="390" y="320" as="targetPoint" />
          </mxGeometry>
        </mxCell>
        <mxCell id="PWnPaHJ6BF9YL0BDL13Q-8" parent="1" style="rounded=1;whiteSpace=wrap;html=1;fillColor=#ffe6cc;strokeColor=#d79b00;fontStyle=1;" value="GoodsReceipt&#xa;(Phiếu nhập kho thực tế)" vertex="1">
          <mxGeometry height="60" width="150" x="110" y="500" as="geometry" />
        </mxCell>
        <mxCell id="PWnPaHJ6BF9YL0BDL13Q-9" parent="1" style="rounded=1;whiteSpace=wrap;html=1;" value="GoodsReceiptDetail&#xa;(Chi tiết hàng thực nhập)" vertex="1">
          <mxGeometry height="60" width="160" x="310" y="500" as="geometry" />
        </mxCell>
        <mxCell id="PWnPaHJ6BF9YL0BDL13Q-10" edge="1" parent="1" source="PWnPaHJ6BF9YL0BDL13Q-8" style="edgeStyle=orthogonalEdgeStyle;rounded=0;html=1;" target="PWnPaHJ6BF9YL0BDL13Q-9" value="1 - n">
          <mxGeometry relative="1" as="geometry" />
        </mxCell>
        <mxCell id="PWnPaHJ6BF9YL0BDL13Q-11" edge="1" parent="1" source="PWnPaHJ6BF9YL0BDL13Q-5" style="edgeStyle=orthogonalEdgeStyle;rounded=0;html=1;strokeWidth=2;strokeColor=#ff0000;" target="PWnPaHJ6BF9YL0BDL13Q-9" value="Nhập kho theo đợt">
          <mxGeometry relative="1" as="geometry" />
        </mxCell>
        <mxCell id="PWnPaHJ6BF9YL0BDL13Q-13" edge="1" parent="1" source="PWnPaHJ6BF9YL0BDL13Q-9" style="edgeStyle=orthogonalEdgeStyle;rounded=0;html=1;strokeWidth=2;strokeColor=#0000ff;entryX=0;entryY=0.5;entryDx=0;entryDy=0;exitX=1;exitY=0.5;exitDx=0;exitDy=0;" target="n3FyrpiHLGzsT291LhVI-10" value="Chỉ định kho nhập (n - 1)">
          <mxGeometry relative="1" x="0.5745" as="geometry">
            <mxPoint as="offset" />
            <Array as="points">
              <mxPoint x="530" y="530" />
              <mxPoint x="530" y="670" />
              <mxPoint x="380" y="670" />
              <mxPoint x="380" y="850" />
            </Array>
          </mxGeometry>
        </mxCell>
        <mxCell id="PWnPaHJ6BF9YL0BDL13Q-15" edge="1" parent="1" source="PWnPaHJ6BF9YL0BDL13Q-9" style="edgeStyle=orthogonalEdgeStyle;rounded=0;html=1;strokeWidth=1;strokeColor=#6c8ebf;fillColor=#dae8fc;" value="Sinh lô hàng">
          <mxGeometry relative="1" x="0.1915" as="geometry">
            <mxPoint as="offset" />
            <Array as="points">
              <mxPoint x="530" y="530" />
              <mxPoint x="530" y="800" />
            </Array>
            <mxPoint x="670" y="800" as="targetPoint" />
          </mxGeometry>
        </mxCell>
+         <mxCell id="AxulSBX_V0fGFe2LzLWX-2" edge="1" parent="1" source="bRXCoPtnCOos5vHUt3nM-13" style="edgeStyle=orthogonalEdgeStyle;rounded=0;orthogonalLoop=1;jettySize=auto;html=1;innerLoopWaypoints=1;exitX=0.75;exitY=1;exitDx=0;exitDy=0;entryX=1;entryY=0.75;entryDx=0;entryDy=0;" target="bRXCoPtnCOos5vHUt3nM-13">
+           <mxGeometry relative="1" as="geometry">
+             <Array as="points">
+               <mxPoint x="760" y="330" />
+               <mxPoint x="840" y="330" />
+               <mxPoint x="840" y="295" />
+             </Array>
+           </mxGeometry>
+         </mxCell>
+         <mxCell id="AxulSBX_V0fGFe2LzLWX-4" edge="1" parent="1" source="bRXCoPtnCOos5vHUt3nM-20" style="edgeStyle=orthogonalEdgeStyle;rounded=0;orthogonalLoop=1;jettySize=auto;html=1;exitX=1;exitY=0.75;exitDx=0;exitDy=0;entryX=-0.009;entryY=0.359;entryDx=0;entryDy=0;entryPerimeter=0;" target="bRXCoPtnCOos5vHUt3nM-16">
+           <mxGeometry relative="1" as="geometry">
+             <Array as="points">
+               <mxPoint x="890" y="855" />
+               <mxPoint x="890" y="796" />
+             </Array>
+           </mxGeometry>
+         </mxCell>
+         <mxCell id="AxulSBX_V0fGFe2LzLWX-6" edge="1" parent="1" source="bRXCoPtnCOos5vHUt3nM-16" style="edgeStyle=orthogonalEdgeStyle;rounded=0;orthogonalLoop=1;jettySize=auto;html=1;innerLoopWaypoints=1;exitX=0;exitY=0.75;exitDx=0;exitDy=0;entryX=0.25;entryY=1;entryDx=0;entryDy=0;" target="bRXCoPtnCOos5vHUt3nM-16">
+           <mxGeometry relative="1" as="geometry">
+             <Array as="points">
+               <mxPoint x="1020" y="835" />
+               <mxPoint x="1020" y="880" />
+               <mxPoint x="1103" y="880" />
+             </Array>
+           </mxGeometry>
+         </mxCell>
      </root>
    </mxGraphModel>
  </diagram>
</mxfile>
